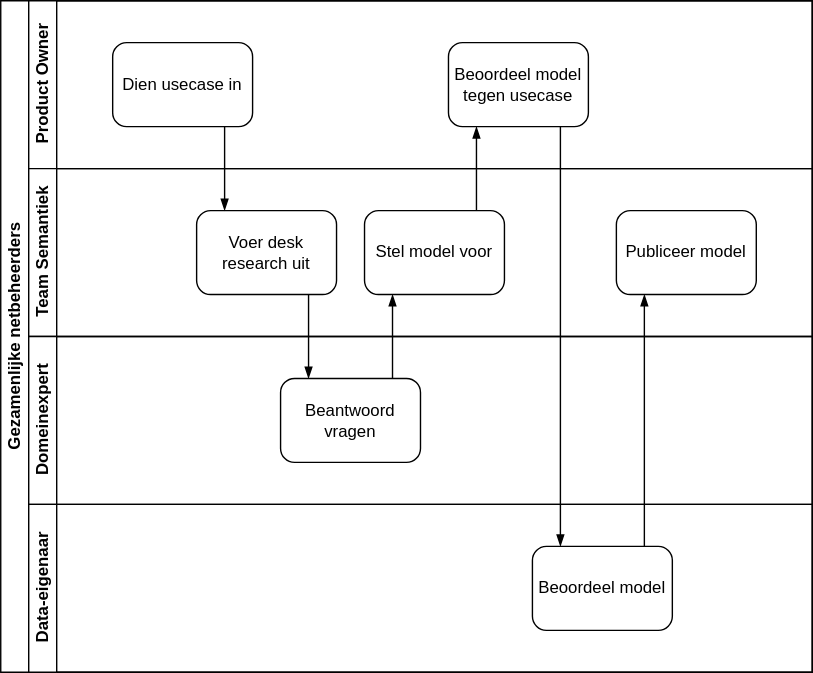
Earlier version of the draw.io export docs/assets/images/proces.drawio.svg (Netbeheer-Nederland/stelsel). Source tidied: cells renumbered, new cells last; positions are measured from the earlier drawing's top-left corner, leaving out a move shared by most shapes. The source it was exported from:
```xml
<mxGraphModel>
  <root>
    <mxCell id="0" />
    <mxCell id="1" parent="0" />
    <mxCell id="2" value="Gezamenlijke netbeheerders" style="swimlane;html=1;horizontal=0;startSize=20;whiteSpace=wrap;" parent="1" vertex="1">
      <mxGeometry width="580" height="480" as="geometry" />
    </mxCell>
    <mxCell id="3" value="Product Owner" style="swimlane;html=1;startSize=20;horizontal=0;" parent="2" vertex="1">
      <mxGeometry x="20" width="560" height="120" as="geometry" />
    </mxCell>
    <mxCell id="4" value="Dien usecase in" style="points=[[0.25,0,0],[0.5,0,0],[0.75,0,0],[1,0.25,0],[1,0.5,0],[1,0.75,0],[0.75,1,0],[0.5,1,0],[0.25,1,0],[0,0.75,0],[0,0.5,0],[0,0.25,0]];shape=mxgraph.bpmn.task;whiteSpace=wrap;rectStyle=rounded;size=10;html=1;taskMarker=abstract;spacing=5;" parent="3" vertex="1">
      <mxGeometry x="60" y="30" width="100" height="60" as="geometry" />
    </mxCell>
    <mxCell id="5" value="Beoordeel model tegen usecase" style="points=[[0.25,0,0],[0.5,0,0],[0.75,0,0],[1,0.25,0],[1,0.5,0],[1,0.75,0],[0.75,1,0],[0.5,1,0],[0.25,1,0],[0,0.75,0],[0,0.5,0],[0,0.25,0]];shape=mxgraph.bpmn.task;whiteSpace=wrap;rectStyle=rounded;size=10;html=1;taskMarker=abstract;spacing=5;" parent="3" vertex="1">
      <mxGeometry x="300" y="30" width="100" height="60" as="geometry" />
    </mxCell>
    <mxCell id="6" value="Team Semantiek" style="swimlane;html=1;startSize=20;horizontal=0;" parent="2" vertex="1">
      <mxGeometry x="20" y="120" width="560" height="120" as="geometry" />
    </mxCell>
    <mxCell id="7" value="Voer desk research uit" style="points=[[0.25,0,0],[0.5,0,0],[0.75,0,0],[1,0.25,0],[1,0.5,0],[1,0.75,0],[0.75,1,0],[0.5,1,0],[0.25,1,0],[0,0.75,0],[0,0.5,0],[0,0.25,0]];shape=mxgraph.bpmn.task;whiteSpace=wrap;rectStyle=rounded;size=10;html=1;taskMarker=abstract;spacing=5;" parent="6" vertex="1">
      <mxGeometry x="120" y="30" width="100" height="60" as="geometry" />
    </mxCell>
    <mxCell id="8" value="Stel model voor" style="points=[[0.25,0,0],[0.5,0,0],[0.75,0,0],[1,0.25,0],[1,0.5,0],[1,0.75,0],[0.75,1,0],[0.5,1,0],[0.25,1,0],[0,0.75,0],[0,0.5,0],[0,0.25,0]];shape=mxgraph.bpmn.task;whiteSpace=wrap;rectStyle=rounded;size=10;html=1;taskMarker=abstract;spacing=5;" parent="6" vertex="1">
      <mxGeometry x="240" y="30" width="100" height="60" as="geometry" />
    </mxCell>
    <mxCell id="9" value="Publiceer model" style="points=[[0.25,0,0],[0.5,0,0],[0.75,0,0],[1,0.25,0],[1,0.5,0],[1,0.75,0],[0.75,1,0],[0.5,1,0],[0.25,1,0],[0,0.75,0],[0,0.5,0],[0,0.25,0]];shape=mxgraph.bpmn.task;whiteSpace=wrap;rectStyle=rounded;size=10;html=1;taskMarker=abstract;spacing=5;" parent="6" vertex="1">
      <mxGeometry x="420" y="30" width="100" height="60" as="geometry" />
    </mxCell>
    <mxCell id="10" value="Domeinexpert" style="swimlane;html=1;startSize=20;horizontal=0;" parent="2" vertex="1">
      <mxGeometry x="20" y="240" width="560" height="120" as="geometry" />
    </mxCell>
    <mxCell id="11" value="Beantwoord vragen" style="points=[[0.25,0,0],[0.5,0,0],[0.75,0,0],[1,0.25,0],[1,0.5,0],[1,0.75,0],[0.75,1,0],[0.5,1,0],[0.25,1,0],[0,0.75,0],[0,0.5,0],[0,0.25,0]];shape=mxgraph.bpmn.task;whiteSpace=wrap;rectStyle=rounded;size=10;html=1;taskMarker=abstract;spacing=5;" parent="10" vertex="1">
      <mxGeometry x="180" y="30" width="100" height="60" as="geometry" />
    </mxCell>
    <mxCell id="12" value="Data-eigenaar" style="swimlane;html=1;startSize=20;horizontal=0;" parent="2" vertex="1">
      <mxGeometry x="20" y="360" width="560" height="120" as="geometry" />
    </mxCell>
    <mxCell id="13" value="Beoordeel model" style="points=[[0.25,0,0],[0.5,0,0],[0.75,0,0],[1,0.25,0],[1,0.5,0],[1,0.75,0],[0.75,1,0],[0.5,1,0],[0.25,1,0],[0,0.75,0],[0,0.5,0],[0,0.25,0]];shape=mxgraph.bpmn.task;whiteSpace=wrap;rectStyle=rounded;size=10;html=1;taskMarker=abstract;spacing=5;" parent="12" vertex="1">
      <mxGeometry x="360" y="30" width="100" height="60" as="geometry" />
    </mxCell>
    <mxCell id="14" style="edgeStyle=elbowEdgeStyle;fontSize=12;html=1;endArrow=blockThin;endFill=1;" parent="2" edge="1" source="4" target="7">
      <mxGeometry relative="1" as="geometry" />
    </mxCell>
    <mxCell id="15" style="edgeStyle=elbowEdgeStyle;fontSize=12;html=1;endArrow=blockThin;endFill=1;" parent="2" edge="1" source="7" target="11">
      <mxGeometry relative="1" as="geometry" />
    </mxCell>
    <mxCell id="16" style="edgeStyle=elbowEdgeStyle;fontSize=12;html=1;endArrow=blockThin;endFill=1;" parent="2" edge="1" source="11" target="8">
      <mxGeometry relative="1" as="geometry" />
    </mxCell>
    <mxCell id="17" style="edgeStyle=elbowEdgeStyle;fontSize=12;html=1;endArrow=blockThin;endFill=1;" parent="2" edge="1" source="8" target="5">
      <mxGeometry relative="1" as="geometry" />
    </mxCell>
    <mxCell id="18" style="edgeStyle=elbowEdgeStyle;fontSize=12;html=1;endArrow=blockThin;endFill=1;" parent="2" edge="1" source="5" target="13">
      <mxGeometry relative="1" as="geometry" />
    </mxCell>
    <mxCell id="19" style="edgeStyle=elbowEdgeStyle;fontSize=12;html=1;endArrow=blockThin;endFill=1;" parent="2" edge="1" source="13" target="9">
      <mxGeometry relative="1" as="geometry" />
    </mxCell>
  </root>
</mxGraphModel>
```
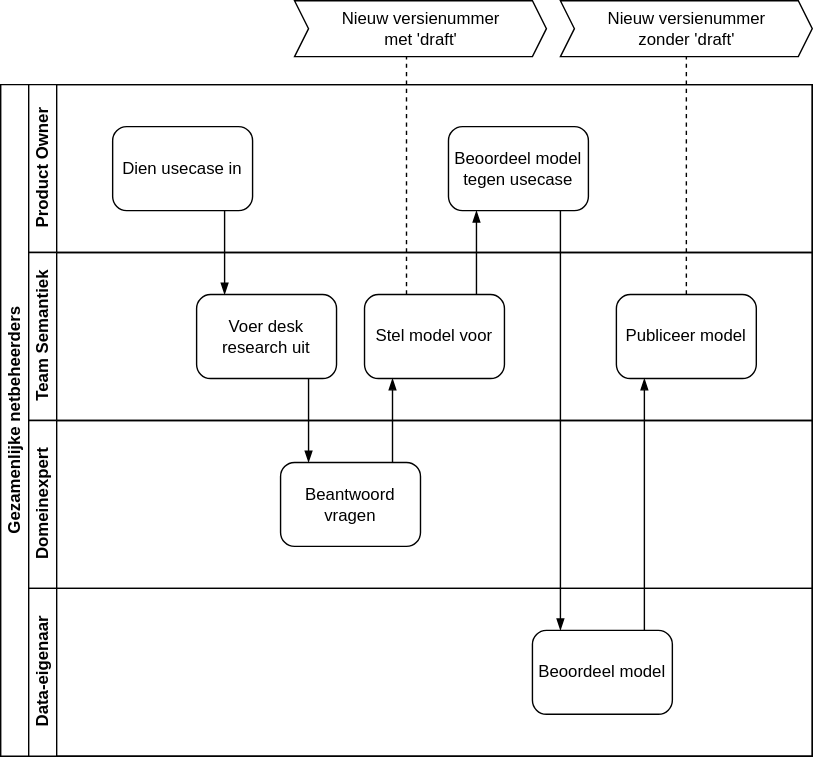
The same file after the commit.

The edit, as a diff of the source:
```diff
@@ -2,59 +2,78 @@
   <root>
     <mxCell id="0" />
     <mxCell id="1" parent="0" />
-    <mxCell id="2" value="Gezamenlijke netbeheerders" style="swimlane;html=1;horizontal=0;startSize=20;whiteSpace=wrap;" parent="1" vertex="1">
+    <mxCell id="2" value="Gezamenlijke netbeheerders" style="swimlane;html=1;horizontal=0;startSize=20;whiteSpace=wrap;strokeColor=default;" parent="1" vertex="1">
       <mxGeometry width="580" height="480" as="geometry" />
     </mxCell>
-    <mxCell id="3" value="Product Owner" style="swimlane;html=1;startSize=20;horizontal=0;" parent="2" vertex="1">
+    <mxCell id="3" value="Product Owner" style="swimlane;html=1;startSize=20;horizontal=0;strokeColor=default;" parent="2" vertex="1">
       <mxGeometry x="20" width="560" height="120" as="geometry" />
     </mxCell>
-    <mxCell id="4" value="Dien usecase in" style="points=[[0.25,0,0],[0.5,0,0],[0.75,0,0],[1,0.25,0],[1,0.5,0],[1,0.75,0],[0.75,1,0],[0.5,1,0],[0.25,1,0],[0,0.75,0],[0,0.5,0],[0,0.25,0]];shape=mxgraph.bpmn.task;whiteSpace=wrap;rectStyle=rounded;size=10;html=1;taskMarker=abstract;spacing=5;" parent="3" vertex="1">
+    <mxCell id="4" value="Dien usecase in" style="points=[[0.25,0,0],[0.5,0,0],[0.75,0,0],[1,0.25,0],[1,0.5,0],[1,0.75,0],[0.75,1,0],[0.5,1,0],[0.25,1,0],[0,0.75,0],[0,0.5,0],[0,0.25,0]];shape=mxgraph.bpmn.task;whiteSpace=wrap;rectStyle=rounded;size=10;html=1;taskMarker=abstract;spacing=5;strokeColor=default;" parent="3" vertex="1">
       <mxGeometry x="60" y="30" width="100" height="60" as="geometry" />
     </mxCell>
-    <mxCell id="5" value="Beoordeel model tegen usecase" style="points=[[0.25,0,0],[0.5,0,0],[0.75,0,0],[1,0.25,0],[1,0.5,0],[1,0.75,0],[0.75,1,0],[0.5,1,0],[0.25,1,0],[0,0.75,0],[0,0.5,0],[0,0.25,0]];shape=mxgraph.bpmn.task;whiteSpace=wrap;rectStyle=rounded;size=10;html=1;taskMarker=abstract;spacing=5;" parent="3" vertex="1">
+    <mxCell id="5" value="Beoordeel model tegen usecase" style="points=[[0.25,0,0],[0.5,0,0],[0.75,0,0],[1,0.25,0],[1,0.5,0],[1,0.75,0],[0.75,1,0],[0.5,1,0],[0.25,1,0],[0,0.75,0],[0,0.5,0],[0,0.25,0]];shape=mxgraph.bpmn.task;whiteSpace=wrap;rectStyle=rounded;size=10;html=1;taskMarker=abstract;spacing=5;strokeColor=default;" parent="3" vertex="1">
       <mxGeometry x="300" y="30" width="100" height="60" as="geometry" />
     </mxCell>
-    <mxCell id="6" value="Team Semantiek" style="swimlane;html=1;startSize=20;horizontal=0;" parent="2" vertex="1">
+    <mxCell id="6" value="Team Semantiek" style="swimlane;html=1;startSize=20;horizontal=0;strokeColor=default;" parent="2" vertex="1">
       <mxGeometry x="20" y="120" width="560" height="120" as="geometry" />
     </mxCell>
-    <mxCell id="7" value="Voer desk research uit" style="points=[[0.25,0,0],[0.5,0,0],[0.75,0,0],[1,0.25,0],[1,0.5,0],[1,0.75,0],[0.75,1,0],[0.5,1,0],[0.25,1,0],[0,0.75,0],[0,0.5,0],[0,0.25,0]];shape=mxgraph.bpmn.task;whiteSpace=wrap;rectStyle=rounded;size=10;html=1;taskMarker=abstract;spacing=5;" parent="6" vertex="1">
+    <mxCell id="7" value="Voer desk research uit" style="points=[[0.25,0,0],[0.5,0,0],[0.75,0,0],[1,0.25,0],[1,0.5,0],[1,0.75,0],[0.75,1,0],[0.5,1,0],[0.25,1,0],[0,0.75,0],[0,0.5,0],[0,0.25,0]];shape=mxgraph.bpmn.task;whiteSpace=wrap;rectStyle=rounded;size=10;html=1;taskMarker=abstract;spacing=5;strokeColor=default;" parent="6" vertex="1">
       <mxGeometry x="120" y="30" width="100" height="60" as="geometry" />
     </mxCell>
-    <mxCell id="8" value="Stel model voor" style="points=[[0.25,0,0],[0.5,0,0],[0.75,0,0],[1,0.25,0],[1,0.5,0],[1,0.75,0],[0.75,1,0],[0.5,1,0],[0.25,1,0],[0,0.75,0],[0,0.5,0],[0,0.25,0]];shape=mxgraph.bpmn.task;whiteSpace=wrap;rectStyle=rounded;size=10;html=1;taskMarker=abstract;spacing=5;" parent="6" vertex="1">
+    <mxCell id="8" value="Stel model voor" style="points=[[0.25,0,0],[0.5,0,0],[0.75,0,0],[1,0.25,0],[1,0.5,0],[1,0.75,0],[0.75,1,0],[0.5,1,0],[0.25,1,0],[0,0.75,0],[0,0.5,0],[0,0.25,0]];shape=mxgraph.bpmn.task;whiteSpace=wrap;rectStyle=rounded;size=10;html=1;taskMarker=abstract;spacing=5;strokeColor=default;" parent="6" vertex="1">
       <mxGeometry x="240" y="30" width="100" height="60" as="geometry" />
     </mxCell>
-    <mxCell id="9" value="Publiceer model" style="points=[[0.25,0,0],[0.5,0,0],[0.75,0,0],[1,0.25,0],[1,0.5,0],[1,0.75,0],[0.75,1,0],[0.5,1,0],[0.25,1,0],[0,0.75,0],[0,0.5,0],[0,0.25,0]];shape=mxgraph.bpmn.task;whiteSpace=wrap;rectStyle=rounded;size=10;html=1;taskMarker=abstract;spacing=5;" parent="6" vertex="1">
+    <mxCell id="9" value="Publiceer model" style="points=[[0.25,0,0],[0.5,0,0],[0.75,0,0],[1,0.25,0],[1,0.5,0],[1,0.75,0],[0.75,1,0],[0.5,1,0],[0.25,1,0],[0,0.75,0],[0,0.5,0],[0,0.25,0]];shape=mxgraph.bpmn.task;whiteSpace=wrap;rectStyle=rounded;size=10;html=1;taskMarker=abstract;spacing=5;strokeColor=default;" parent="6" vertex="1">
       <mxGeometry x="420" y="30" width="100" height="60" as="geometry" />
     </mxCell>
-    <mxCell id="10" value="Domeinexpert" style="swimlane;html=1;startSize=20;horizontal=0;" parent="2" vertex="1">
+    <mxCell id="10" value="Domeinexpert" style="swimlane;html=1;startSize=20;horizontal=0;strokeColor=default;" parent="2" vertex="1">
       <mxGeometry x="20" y="240" width="560" height="120" as="geometry" />
     </mxCell>
-    <mxCell id="11" value="Beantwoord vragen" style="points=[[0.25,0,0],[0.5,0,0],[0.75,0,0],[1,0.25,0],[1,0.5,0],[1,0.75,0],[0.75,1,0],[0.5,1,0],[0.25,1,0],[0,0.75,0],[0,0.5,0],[0,0.25,0]];shape=mxgraph.bpmn.task;whiteSpace=wrap;rectStyle=rounded;size=10;html=1;taskMarker=abstract;spacing=5;" parent="10" vertex="1">
+    <mxCell id="11" value="Beantwoord vragen" style="points=[[0.25,0,0],[0.5,0,0],[0.75,0,0],[1,0.25,0],[1,0.5,0],[1,0.75,0],[0.75,1,0],[0.5,1,0],[0.25,1,0],[0,0.75,0],[0,0.5,0],[0,0.25,0]];shape=mxgraph.bpmn.task;whiteSpace=wrap;rectStyle=rounded;size=10;html=1;taskMarker=abstract;spacing=5;strokeColor=default;" parent="10" vertex="1">
       <mxGeometry x="180" y="30" width="100" height="60" as="geometry" />
     </mxCell>
-    <mxCell id="12" value="Data-eigenaar" style="swimlane;html=1;startSize=20;horizontal=0;" parent="2" vertex="1">
+    <mxCell id="12" value="Data-eigenaar" style="swimlane;html=1;startSize=20;horizontal=0;strokeColor=default;" parent="2" vertex="1">
       <mxGeometry x="20" y="360" width="560" height="120" as="geometry" />
     </mxCell>
-    <mxCell id="13" value="Beoordeel model" style="points=[[0.25,0,0],[0.5,0,0],[0.75,0,0],[1,0.25,0],[1,0.5,0],[1,0.75,0],[0.75,1,0],[0.5,1,0],[0.25,1,0],[0,0.75,0],[0,0.5,0],[0,0.25,0]];shape=mxgraph.bpmn.task;whiteSpace=wrap;rectStyle=rounded;size=10;html=1;taskMarker=abstract;spacing=5;" parent="12" vertex="1">
+    <mxCell id="13" value="Beoordeel model" style="points=[[0.25,0,0],[0.5,0,0],[0.75,0,0],[1,0.25,0],[1,0.5,0],[1,0.75,0],[0.75,1,0],[0.5,1,0],[0.25,1,0],[0,0.75,0],[0,0.5,0],[0,0.25,0]];shape=mxgraph.bpmn.task;whiteSpace=wrap;rectStyle=rounded;size=10;html=1;taskMarker=abstract;spacing=5;strokeColor=default;" parent="12" vertex="1">
       <mxGeometry x="360" y="30" width="100" height="60" as="geometry" />
     </mxCell>
-    <mxCell id="14" style="edgeStyle=elbowEdgeStyle;fontSize=12;html=1;endArrow=blockThin;endFill=1;" parent="2" edge="1" source="4" target="7">
+    <mxCell id="14" style="edgeStyle=elbowEdgeStyle;fontSize=12;html=1;endArrow=blockThin;endFill=1;strokeColor=default;" parent="2" edge="1" source="4" target="7">
       <mxGeometry relative="1" as="geometry" />
     </mxCell>
-    <mxCell id="15" style="edgeStyle=elbowEdgeStyle;fontSize=12;html=1;endArrow=blockThin;endFill=1;" parent="2" edge="1" source="7" target="11">
+    <mxCell id="15" style="edgeStyle=elbowEdgeStyle;fontSize=12;html=1;endArrow=blockThin;endFill=1;strokeColor=default;" parent="2" edge="1" source="7" target="11">
       <mxGeometry relative="1" as="geometry" />
     </mxCell>
-    <mxCell id="16" style="edgeStyle=elbowEdgeStyle;fontSize=12;html=1;endArrow=blockThin;endFill=1;" parent="2" edge="1" source="11" target="8">
+    <mxCell id="16" style="edgeStyle=elbowEdgeStyle;fontSize=12;html=1;endArrow=blockThin;endFill=1;strokeColor=default;" parent="2" edge="1" source="11" target="8">
       <mxGeometry relative="1" as="geometry" />
     </mxCell>
-    <mxCell id="17" style="edgeStyle=elbowEdgeStyle;fontSize=12;html=1;endArrow=blockThin;endFill=1;" parent="2" edge="1" source="8" target="5">
+    <mxCell id="17" style="edgeStyle=elbowEdgeStyle;fontSize=12;html=1;endArrow=blockThin;endFill=1;strokeColor=default;" parent="2" edge="1" source="8" target="5">
       <mxGeometry relative="1" as="geometry" />
     </mxCell>
-    <mxCell id="18" style="edgeStyle=elbowEdgeStyle;fontSize=12;html=1;endArrow=blockThin;endFill=1;" parent="2" edge="1" source="5" target="13">
+    <mxCell id="18" style="edgeStyle=elbowEdgeStyle;fontSize=12;html=1;endArrow=blockThin;endFill=1;strokeColor=default;" parent="2" edge="1" source="5" target="13">
       <mxGeometry relative="1" as="geometry" />
     </mxCell>
-    <mxCell id="19" style="edgeStyle=elbowEdgeStyle;fontSize=12;html=1;endArrow=blockThin;endFill=1;" parent="2" edge="1" source="13" target="9">
+    <mxCell id="19" style="edgeStyle=elbowEdgeStyle;fontSize=12;html=1;endArrow=blockThin;endFill=1;strokeColor=default;" parent="2" edge="1" source="13" target="9">
       <mxGeometry relative="1" as="geometry" />
     </mxCell>
+    <mxCell id="20" style="endArrow=none;dashed=1;html=1;edgeStyle=elbowEdgeStyle;strokeColor=default;" parent="1" edge="1" target="23">
+      <mxGeometry relative="1" as="geometry">
+        <mxPoint x="490" y="150" as="sourcePoint" />
+      </mxGeometry>
+    </mxCell>
+    <mxCell id="21" style="endArrow=none;dashed=1;html=1;edgeStyle=elbowEdgeStyle;strokeColor=default;" parent="1" edge="1" target="22">
+      <mxGeometry relative="1" as="geometry">
+        <mxPoint x="290" y="150" as="sourcePoint" />
+        <Array as="points">
+          <mxPoint x="290" y="65" />
+        </Array>
+      </mxGeometry>
+    </mxCell>
+    <mxCell id="22" value="&lt;font&gt;Nieuw versienummer&lt;/font&gt;&lt;div&gt;&lt;font&gt;met 'draft'&lt;/font&gt;&lt;/div&gt;" style="html=1;shadow=0;dashed=0;align=center;verticalAlign=middle;shape=mxgraph.arrows2.arrow;dy=0;dx=10;notch=10;strokeColor=default;" parent="1" vertex="1">
+      <mxGeometry x="210" y="-60" width="180" height="40" as="geometry" />
+    </mxCell>
+    <mxCell id="23" value="&lt;font&gt;Nieuw versienummer&lt;/font&gt;&lt;div&gt;&lt;font&gt;zonder 'draft'&lt;/font&gt;&lt;/div&gt;" style="html=1;shadow=0;dashed=0;align=center;verticalAlign=middle;shape=mxgraph.arrows2.arrow;dy=0;dx=10;notch=10;strokeColor=default;" parent="1" vertex="1">
+      <mxGeometry x="400" y="-60" width="180" height="40" as="geometry" />
+    </mxCell>
   </root>
 </mxGraphModel>
```
